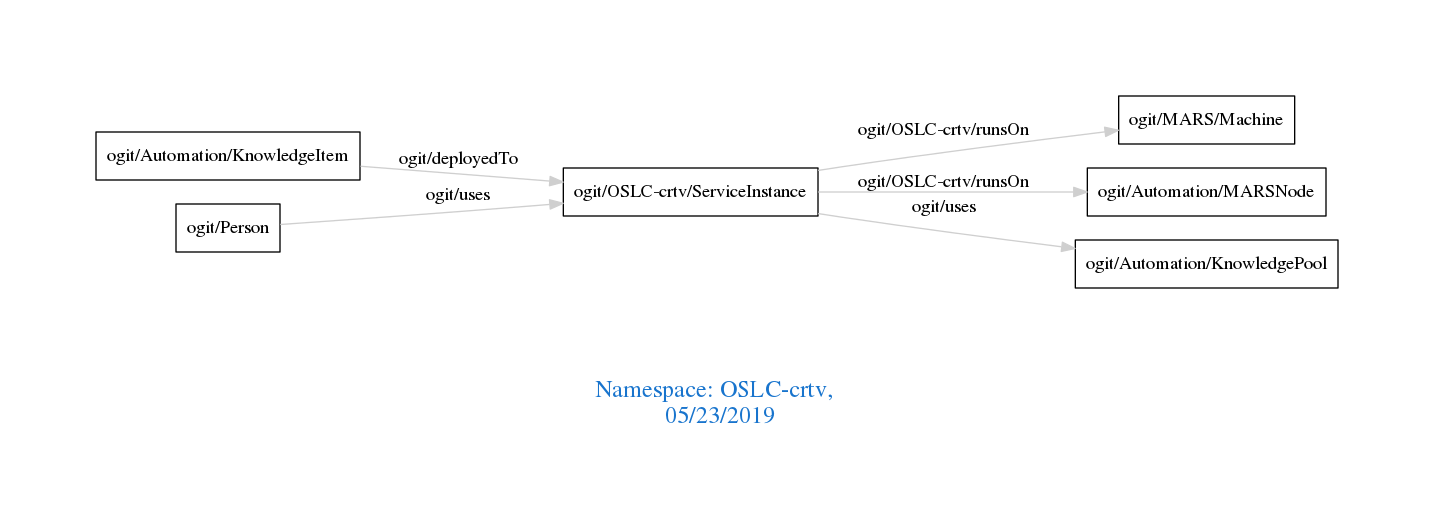
Above: downloads/OSLC-crtv.png in arago/OGIT (Graphviz), before the change. Its source is kept beside it as downloads/OSLC-crtv.dot.
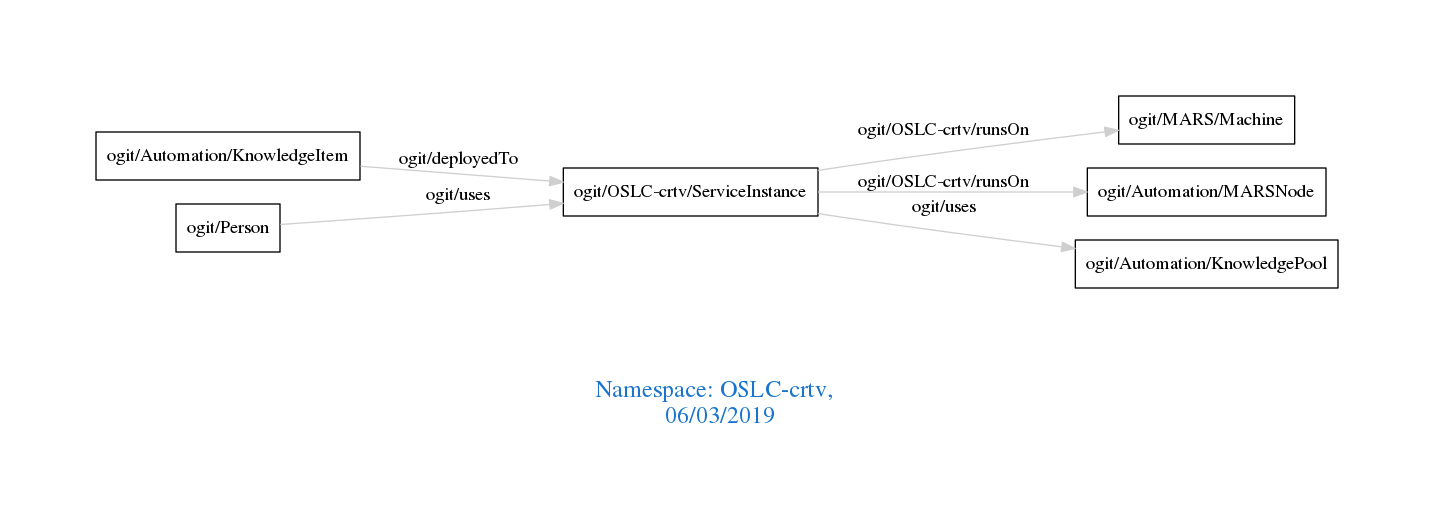
After the change.

What changed in the source:
```diff
@@ -1,7 +1,7 @@
 digraph OGIT_ontology {
  graph [ rankdir= LR,pad=1
 fontsize = 18,
-fontcolor= dodgerblue3,label = "\n\n\nNamespace: OSLC-crtv, \n 05/23/2019"];
+fontcolor= dodgerblue3,label = "\n\n\nNamespace: OSLC-crtv, \n 06/03/2019"];
 node[shape=polygon];
 edge [  color="gray81"];
 
```
